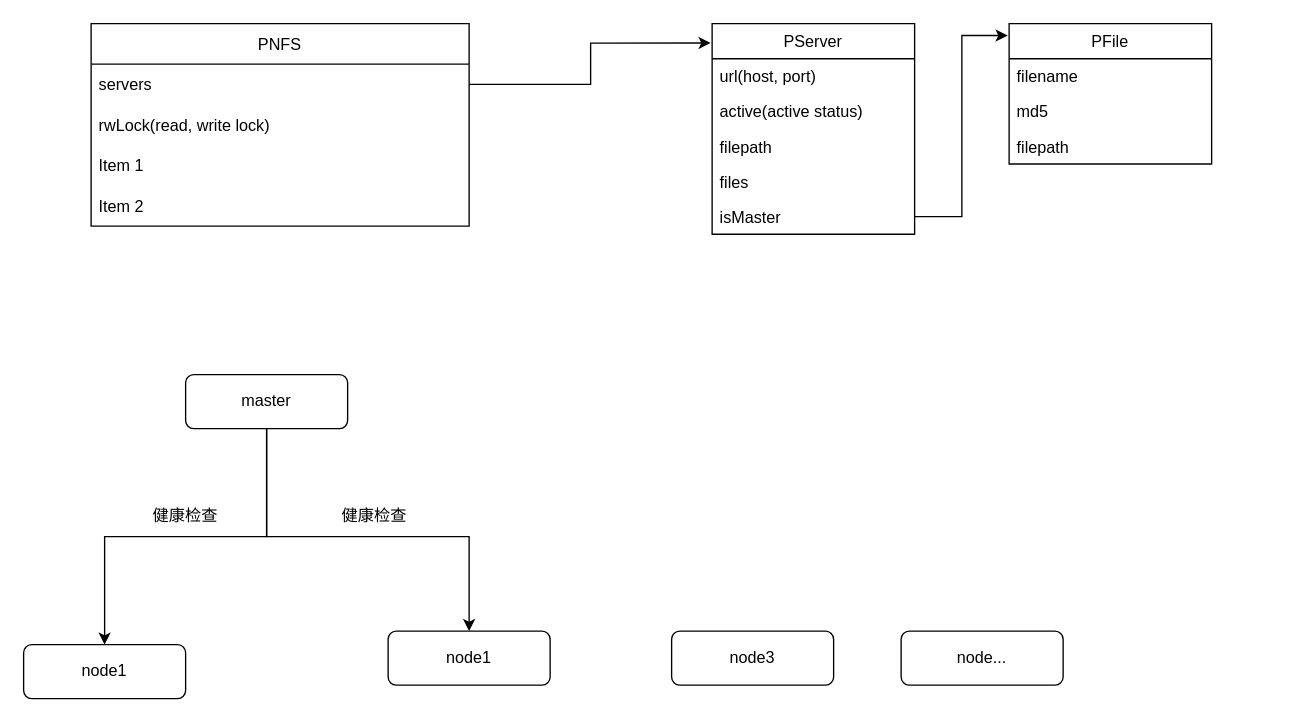
Above: pnfs.drawio in piglig/psyner (draw.io), before the change. Source tidied: cells renumbered, new cells numbered last; positions are measured from the earlier drawing's top-left corner, leaving out a move shared by most shapes. Both pictures are drawn from the tidied source at 135%, with x=0, y=0 at pixel (23, 23).
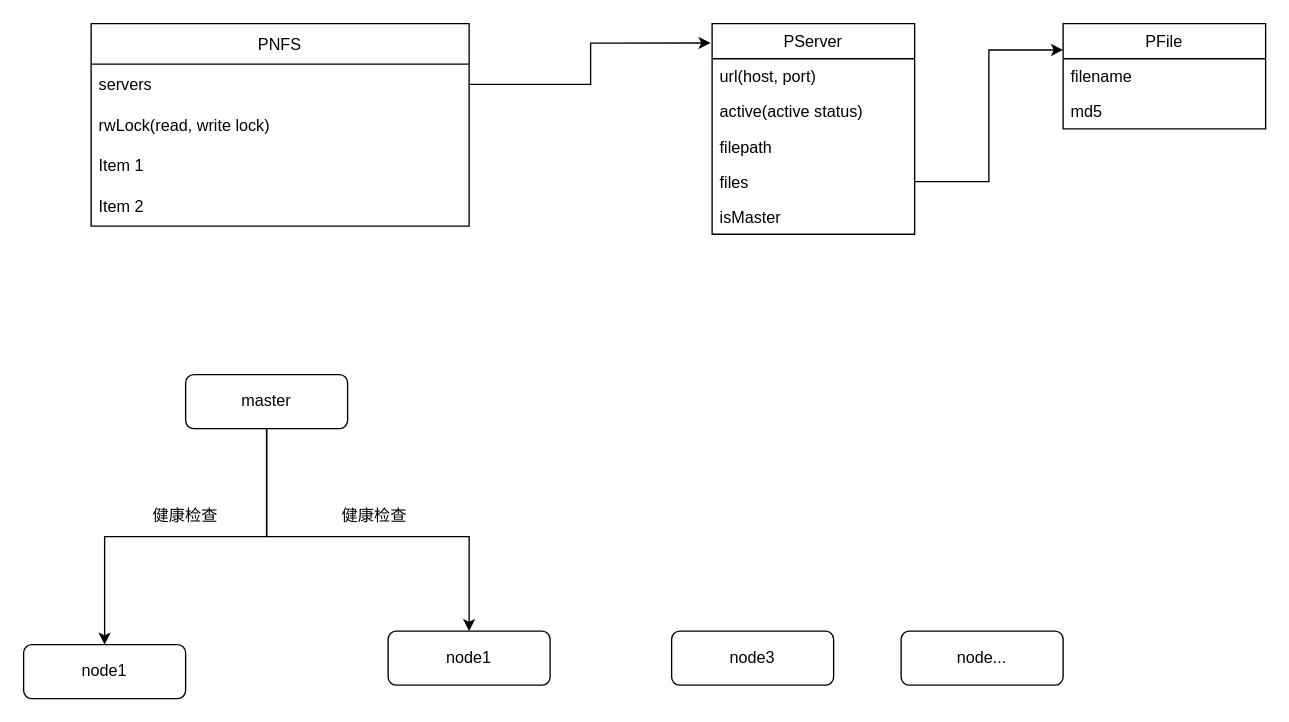
After the change.

The change refers to these unchanged cells:
```xml
<mxCell id="20" value="files&#10;" style="text;strokeColor=none;fillColor=none;align=left;verticalAlign=top;spacingLeft=4;spacingRight=4;overflow=hidden;points=[[0,0.5],[1,0.5]];portConstraint=eastwest;" parent="16" vertex="1">
  <mxGeometry y="104" width="150" height="26" as="geometry" />
</mxCell>
<mxCell id="21" value="isMaster&#10;" style="text;strokeColor=none;fillColor=none;align=left;verticalAlign=top;spacingLeft=4;spacingRight=4;overflow=hidden;points=[[0,0.5],[1,0.5]];portConstraint=eastwest;" parent="16" vertex="1">
  <mxGeometry y="130" width="150" height="26" as="geometry" />
</mxCell>
```

Diff of the diagram source:
```diff
@@
     <mxCell id="23" value="PFile" style="swimlane;fontStyle=0;horizontal=1;startSize=26;fillColor=none;" parent="1" vertex="1">
-      <mxGeometry x="730" width="150" height="104" as="geometry" />
+      <mxGeometry x="770" width="150" height="78" as="geometry" />
     </mxCell>
@@
-    <mxCell id="26" value="filepath" style="text;strokeColor=none;fillColor=none;align=left;verticalAlign=top;spacingLeft=4;spacingRight=4;overflow=hidden;" parent="23" vertex="1">
-      <mxGeometry y="78" width="150" height="26" as="geometry" />
-    </mxCell>
-    <mxCell id="27" style="edgeStyle=orthogonalEdgeStyle;rounded=0;jettySize=auto;html=1;entryX=-0.007;entryY=0.085;entryDx=0;entryDy=0;entryPerimeter=0;" parent="1" edge="1" source="21" target="23">
-      <mxGeometry relative="1" as="geometry" />
-    </mxCell>
+    <mxCell id="28" style="edgeStyle=orthogonalEdgeStyle;rounded=0;jettySize=auto;html=1;entryX=0;entryY=0.25;entryDx=0;entryDy=0;" parent="1" edge="1" source="20" target="23">
+      <mxGeometry relative="1" as="geometry" />
+    </mxCell>
```
